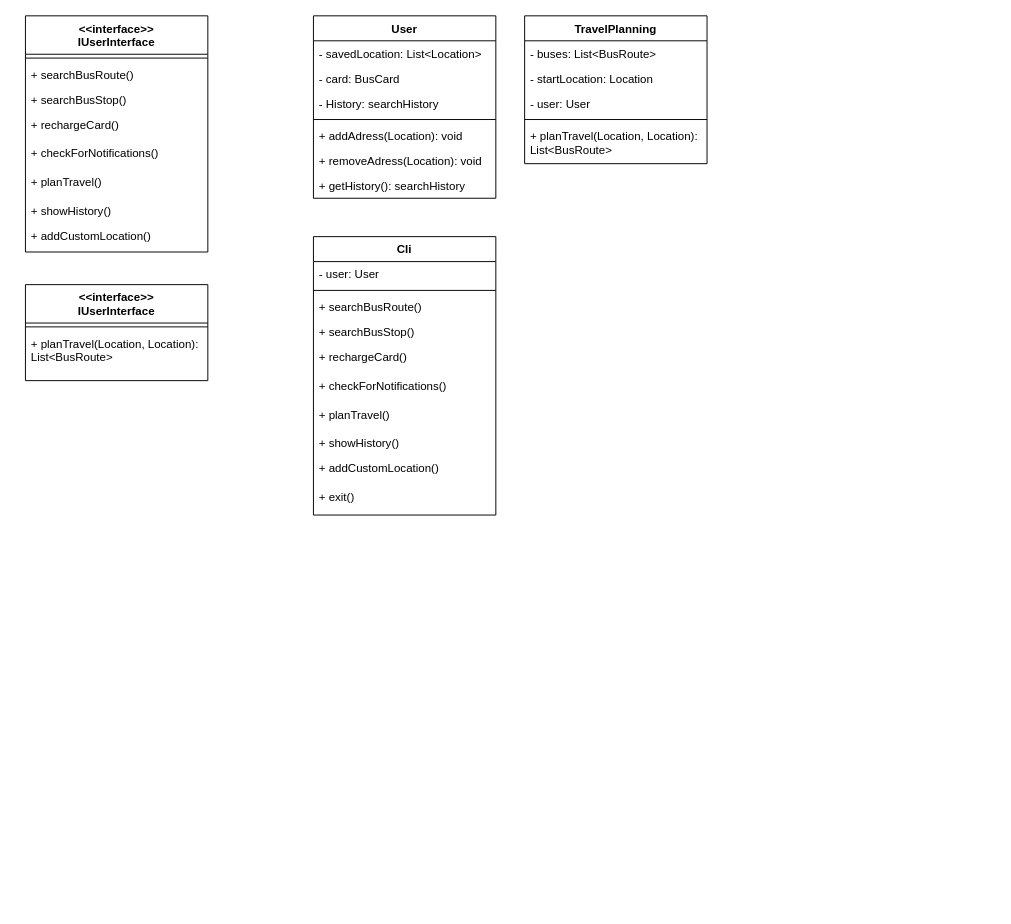
This is page "Class" (2 of 3) of diagrams.drawio from ProyectoFinalSoftwareModeling/SmartCommute, a draw.io file, before an edit. Source tidied: cells renumbered, new cells numbered last; positions are measured from the earlier drawing's top-left corner, leaving out a move shared by most shapes. Both pictures are drawn from the tidied source at 96%, with x=0, y=0 at pixel (25, 15).
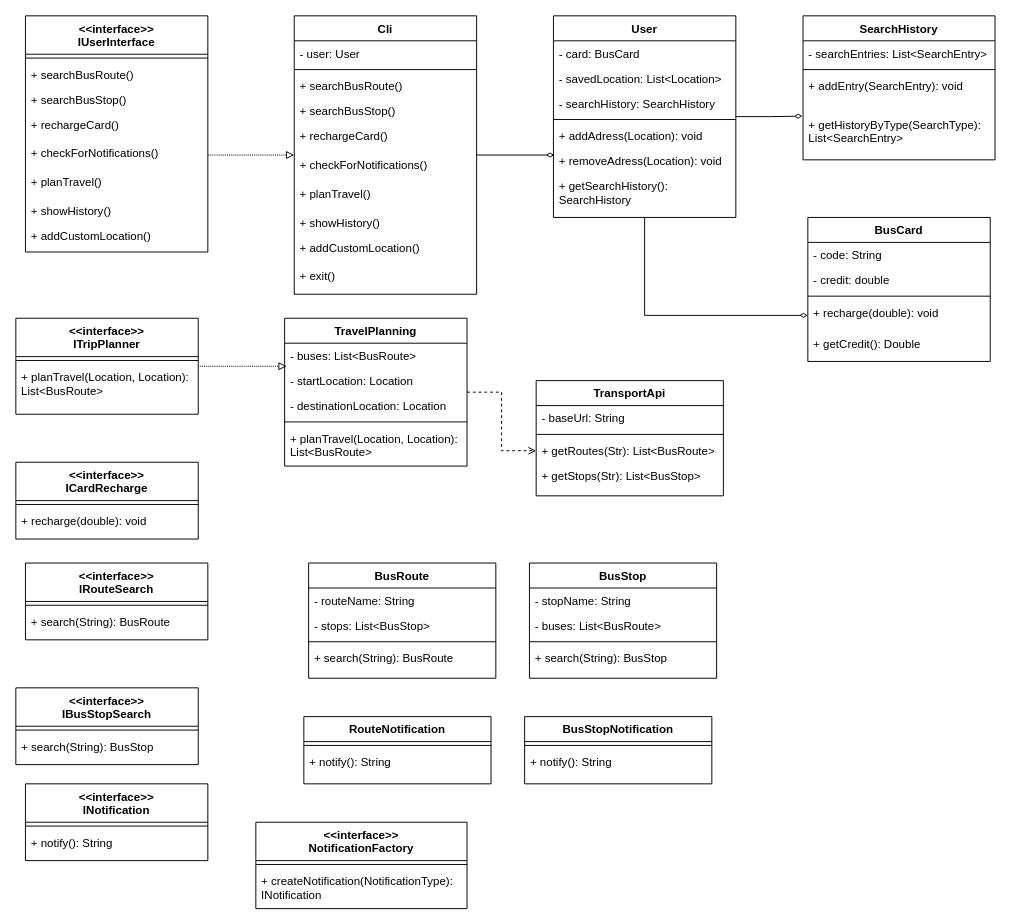
The same diagram, later.

Commit message (it also covers changes not shown here):
ClassDiagram: added ICardRecharge, IRouteSearch

The change refers to these unchanged cells:
```xml
<mxCell id="8" value="+ removeAdress(Location): void" style="text;align=left;verticalAlign=top;spacingLeft=4;spacingRight=4;overflow=hidden;points=[[0,0.5],[1,0.5]];portConstraint=eastwest;" parent="2" vertex="1">
  <mxGeometry y="138" width="190" height="26" as="geometry" />
</mxCell>
<mxCell id="15" value="+ checkForNotifications()" style="text;align=left;verticalAlign=top;spacingLeft=4;spacingRight=4;overflow=hidden;points=[[0,0.5],[1,0.5]];portConstraint=eastwest;" parent="10" vertex="1">
  <mxGeometry y="130" width="190" height="30" as="geometry" />
</mxCell>
<mxCell id="34" value="- buses: List&lt;BusRoute&gt;" style="text;align=left;verticalAlign=top;spacingLeft=4;spacingRight=4;overflow=hidden;points=[[0,0.5],[1,0.5]];portConstraint=eastwest;rounded=0;shadow=0;html=0;" parent="33" vertex="1">
  <mxGeometry y="26" width="190" height="26" as="geometry" />
</mxCell>
```

Diff of the diagram source:
```diff
@@
+    <mxCell id="39" style="edgeStyle=orthogonalEdgeStyle;rounded=0;jettySize=auto;html=1;entryX=0;entryY=0.5;entryDx=0;entryDy=0;endArrow=diamondThin;endFill=0;" parent="1" edge="1" source="2" target="53">
+      <mxGeometry relative="1" as="geometry" />
+    </mxCell>
     <mxCell id="2" value="User" style="swimlane;fontStyle=1;align=center;verticalAlign=top;horizontal=1;startSize=26;rounded=0;shadow=0;strokeWidth=1;" parent="1" vertex="1">
-      <mxGeometry x="300" width="190" height="190" as="geometry" />
+      <mxGeometry x="550" width="190" height="210" as="geometry" />
     </mxCell>
+    <mxCell id="4" value="- card: BusCard" style="text;align=left;verticalAlign=top;spacingLeft=4;spacingRight=4;overflow=hidden;rounded=0;shadow=0;html=0;" parent="2" vertex="1">
+      <mxGeometry y="26" width="190" height="26" as="geometry" />
+    </mxCell>
     <mxCell id="3" value="- savedLocation: List&lt;Location&gt;" style="text;align=left;verticalAlign=top;spacingLeft=4;spacingRight=4;overflow=hidden;rounded=0;shadow=0;html=0;" parent="2" vertex="1">
-      <mxGeometry y="26" width="190" height="26" as="geometry" />
+      <mxGeometry y="52" width="190" height="26" as="geometry" />
     </mxCell>
-    <mxCell id="4" value="- card: BusCard" style="text;align=left;verticalAlign=top;spacingLeft=4;spacingRight=4;overflow=hidden;rounded=0;shadow=0;html=0;" parent="2" vertex="1">
-      <mxGeometry y="52" width="190" height="26" as="geometry" />
-    </mxCell>
-    <mxCell id="5" value="- History: searchHistory" style="text;align=left;verticalAlign=top;spacingLeft=4;spacingRight=4;overflow=hidden;rounded=0;shadow=0;html=0;" parent="2" vertex="1">
+    <mxCell id="5" value="- searchHistory: SearchHistory&#10;" style="text;align=left;verticalAlign=top;spacingLeft=4;spacingRight=4;overflow=hidden;rounded=0;shadow=0;html=0;" parent="2" vertex="1">
       <mxGeometry y="78" width="190" height="26" as="geometry" />
     </mxCell>
@@
-    <mxCell id="9" value="+ getHistory(): searchHistory" style="text;align=left;verticalAlign=top;spacingLeft=4;spacingRight=4;overflow=hidden;" parent="2" vertex="1">
-      <mxGeometry y="164" width="190" height="26" as="geometry" />
+    <mxCell id="9" value="+ getSearchHistory(): &#10;SearchHistory" style="text;align=left;verticalAlign=top;spacingLeft=4;spacingRight=4;overflow=hidden;" parent="2" vertex="1">
+      <mxGeometry y="164" width="190" height="36" as="geometry" />
     </mxCell>
@@
     <mxCell id="19" value="Cli" style="swimlane;fontStyle=1;align=center;verticalAlign=top;horizontal=1;startSize=26;rounded=0;shadow=0;strokeWidth=1;" parent="1" vertex="1">
-      <mxGeometry x="300" y="230" width="190" height="290" as="geometry" />
+      <mxGeometry x="280" width="190" height="290" as="geometry" />
     </mxCell>
@@
-    <mxCell id="30" value="&lt;&lt;interface&gt;&gt;&#10;IUserInterface" style="swimlane;fontStyle=1;align=center;verticalAlign=top;horizontal=1;startSize=40;rounded=0;shadow=0;strokeWidth=1;" parent="1" vertex="1">
-      <mxGeometry y="280" width="190" height="100" as="geometry" />
+    <mxCell id="30" value="&lt;&lt;interface&gt;&gt;&#10;ITripPlanner" style="swimlane;fontStyle=1;align=center;verticalAlign=top;horizontal=1;startSize=40;rounded=0;shadow=0;strokeWidth=1;" parent="1" vertex="1">
+      <mxGeometry x="-10" y="315" width="190" height="100" as="geometry" />
     </mxCell>
@@
+    <mxCell id="40" style="edgeStyle=orthogonalEdgeStyle;rounded=0;jettySize=auto;html=1;entryX=0;entryY=0.5;entryDx=0;entryDy=0;dashed=1;endArrow=open;endFill=0;" parent="1" edge="1" source="33" target="89">
+      <mxGeometry relative="1" as="geometry" />
+    </mxCell>
     <mxCell id="33" value="TravelPlanning" style="swimlane;fontStyle=1;align=center;verticalAlign=top;horizontal=1;startSize=26;rounded=0;shadow=0;strokeWidth=1;" parent="1" vertex="1">
-      <mxGeometry x="520" width="190" height="154" as="geometry" />
+      <mxGeometry x="270" y="315" width="190" height="154" as="geometry" />
     </mxCell>
@@
-    <mxCell id="36" value="- user: User" style="text;align=left;verticalAlign=top;spacingLeft=4;spacingRight=4;overflow=hidden;rounded=0;shadow=0;html=0;" parent="33" vertex="1">
+    <mxCell id="36" value="- destinationLocation: Location" style="text;align=left;verticalAlign=top;spacingLeft=4;spacingRight=4;overflow=hidden;rounded=0;shadow=0;html=0;" parent="33" vertex="1">
       <mxGeometry y="78" width="190" height="26" as="geometry" />
     </mxCell>
@@
+    <mxCell id="41" value="SearchHistory" style="swimlane;fontStyle=1;align=center;verticalAlign=top;horizontal=1;startSize=26;rounded=0;shadow=0;strokeWidth=1;" parent="1" vertex="1">
+      <mxGeometry x="810" width="200" height="150" as="geometry" />
+    </mxCell>
+    <mxCell id="42" value="- searchEntries: List&lt;SearchEntry&gt;" style="text;align=left;verticalAlign=top;spacingLeft=4;spacingRight=4;overflow=hidden;rounded=0;shadow=0;html=0;" parent="41" vertex="1">
+      <mxGeometry y="26" width="200" height="26" as="geometry" />
+    </mxCell>
+    <mxCell id="43" style="line;html=1;strokeWidth=1;align=left;verticalAlign=middle;spacingTop=-1;spacingLeft=3;spacingRight=3;labelPosition=right;" parent="41" vertex="1">
+      <mxGeometry y="52" width="200" height="8" as="geometry" />
+    </mxCell>
+    <mxCell id="44" value="+ addEntry(SearchEntry): void" style="text;align=left;verticalAlign=top;spacingLeft=4;spacingRight=4;overflow=hidden;" parent="41" vertex="1">
+      <mxGeometry y="60" width="200" height="40" as="geometry" />
+    </mxCell>
+    <mxCell id="45" value="+ getHistoryByType(SearchType): &#10;List&lt;SearchEntry&gt;" style="text;align=left;verticalAlign=top;spacingLeft=4;spacingRight=4;overflow=hidden;points=[[0,0.5],[1,0.5]];portConstraint=eastwest;" parent="41" vertex="1">
+      <mxGeometry y="100" width="200" height="40" as="geometry" />
+    </mxCell>
+    <mxCell id="46" value="&lt;&lt;interface&gt;&gt;&#10;ICardRecharge" style="swimlane;fontStyle=1;align=center;verticalAlign=top;horizontal=1;startSize=40;rounded=0;shadow=0;strokeWidth=1;" parent="1" vertex="1">
+      <mxGeometry x="-10" y="465" width="190" height="80" as="geometry" />
+    </mxCell>
+    <mxCell id="47" style="line;html=1;strokeWidth=1;align=left;verticalAlign=middle;spacingTop=-1;spacingLeft=3;spacingRight=3;labelPosition=right;" parent="46" vertex="1">
+      <mxGeometry y="40" width="190" height="8" as="geometry" />
+    </mxCell>
+    <mxCell id="48" value="+ recharge(double): void" style="text;align=left;verticalAlign=top;spacingLeft=4;spacingRight=4;overflow=hidden;" parent="46" vertex="1">
+      <mxGeometry y="48" width="190" height="32" as="geometry" />
+    </mxCell>
+    <mxCell id="49" value="BusCard" style="swimlane;fontStyle=1;align=center;verticalAlign=top;horizontal=1;startSize=26;rounded=0;shadow=0;strokeWidth=1;" parent="1" vertex="1">
+      <mxGeometry x="815" y="210" width="190" height="150" as="geometry" />
+    </mxCell>
+    <mxCell id="50" value="- code: String" style="text;align=left;verticalAlign=top;spacingLeft=4;spacingRight=4;overflow=hidden;rounded=0;shadow=0;html=0;" parent="49" vertex="1">
+      <mxGeometry y="26" width="190" height="26" as="geometry" />
+    </mxCell>
+    <mxCell id="51" value="- credit: double" style="text;align=left;verticalAlign=top;spacingLeft=4;spacingRight=4;overflow=hidden;rounded=0;shadow=0;html=0;" parent="49" vertex="1">
+      <mxGeometry y="52" width="190" height="26" as="geometry" />
+    </mxCell>
+    <mxCell id="52" style="line;html=1;strokeWidth=1;align=left;verticalAlign=middle;spacingTop=-1;spacingLeft=3;spacingRight=3;labelPosition=right;" parent="49" vertex="1">
+      <mxGeometry y="78" width="190" height="8" as="geometry" />
+    </mxCell>
+    <mxCell id="53" value="+ recharge(double): void" style="text;align=left;verticalAlign=top;spacingLeft=4;spacingRight=4;overflow=hidden;points=[[0,0.5],[1,0.5]];portConstraint=eastwest;" parent="49" vertex="1">
+      <mxGeometry y="86" width="190" height="32" as="geometry" />
+    </mxCell>
+    <mxCell id="54" value="+ getCredit(): Double" style="text;align=left;verticalAlign=top;spacingLeft=4;spacingRight=4;overflow=hidden;" parent="49" vertex="1">
+      <mxGeometry y="118" width="190" height="32" as="geometry" />
+    </mxCell>
+    <mxCell id="55" value="&lt;&lt;interface&gt;&gt;&#10;IRouteSearch" style="swimlane;fontStyle=1;align=center;verticalAlign=top;horizontal=1;startSize=40;rounded=0;shadow=0;strokeWidth=1;" parent="1" vertex="1">
+      <mxGeometry y="570" width="190" height="80" as="geometry" />
+    </mxCell>
+    <mxCell id="56" style="line;html=1;strokeWidth=1;align=left;verticalAlign=middle;spacingTop=-1;spacingLeft=3;spacingRight=3;labelPosition=right;" parent="55" vertex="1">
+      <mxGeometry y="40" width="190" height="8" as="geometry" />
+    </mxCell>
+    <mxCell id="57" value="+ search(String): BusRoute" style="text;align=left;verticalAlign=top;spacingLeft=4;spacingRight=4;overflow=hidden;" parent="55" vertex="1">
+      <mxGeometry y="48" width="190" height="32" as="geometry" />
+    </mxCell>
+    <mxCell id="58" value="BusRoute" style="swimlane;fontStyle=1;align=center;verticalAlign=top;horizontal=1;startSize=26;rounded=0;shadow=0;strokeWidth=1;" parent="1" vertex="1">
+      <mxGeometry x="295" y="570" width="195" height="120" as="geometry" />
+    </mxCell>
+    <mxCell id="59" value="- routeName: String" style="text;align=left;verticalAlign=top;spacingLeft=4;spacingRight=4;overflow=hidden;rounded=0;shadow=0;html=0;" parent="58" vertex="1">
+      <mxGeometry y="26" width="195" height="26" as="geometry" />
+    </mxCell>
+    <mxCell id="60" value="- stops: List&lt;BusStop&gt;" style="text;align=left;verticalAlign=top;spacingLeft=4;spacingRight=4;overflow=hidden;rounded=0;shadow=0;html=0;" parent="58" vertex="1">
+      <mxGeometry y="52" width="195" height="26" as="geometry" />
+    </mxCell>
+    <mxCell id="61" style="line;html=1;strokeWidth=1;align=left;verticalAlign=middle;spacingTop=-1;spacingLeft=3;spacingRight=3;labelPosition=right;" parent="58" vertex="1">
+      <mxGeometry y="78" width="195" height="8" as="geometry" />
+    </mxCell>
+    <mxCell id="62" value="+ search(String): BusRoute" style="text;align=left;verticalAlign=top;spacingLeft=4;spacingRight=4;overflow=hidden;rounded=0;shadow=0;html=0;" parent="58" vertex="1">
+      <mxGeometry y="86" width="195" height="26" as="geometry" />
+    </mxCell>
+    <mxCell id="63" value="&lt;&lt;interface&gt;&gt;&#10;IBusStopSearch" style="swimlane;fontStyle=1;align=center;verticalAlign=top;horizontal=1;startSize=40;rounded=0;shadow=0;strokeWidth=1;" parent="1" vertex="1">
+      <mxGeometry x="-10" y="700" width="190" height="80" as="geometry" />
+    </mxCell>
+    <mxCell id="64" style="line;html=1;strokeWidth=1;align=left;verticalAlign=middle;spacingTop=-1;spacingLeft=3;spacingRight=3;labelPosition=right;" parent="63" vertex="1">
+      <mxGeometry y="40" width="190" height="8" as="geometry" />
+    </mxCell>
+    <mxCell id="65" value="+ search(String): BusStop" style="text;align=left;verticalAlign=top;spacingLeft=4;spacingRight=4;overflow=hidden;" parent="63" vertex="1">
+      <mxGeometry y="48" width="190" height="32" as="geometry" />
+    </mxCell>
+    <mxCell id="66" value="BusStop" style="swimlane;fontStyle=1;align=center;verticalAlign=top;horizontal=1;startSize=26;rounded=0;shadow=0;strokeWidth=1;" parent="1" vertex="1">
+      <mxGeometry x="525" y="570" width="195" height="120" as="geometry" />
+    </mxCell>
+    <mxCell id="67" value="- stopName: String" style="text;align=left;verticalAlign=top;spacingLeft=4;spacingRight=4;overflow=hidden;rounded=0;shadow=0;html=0;" parent="66" vertex="1">
+      <mxGeometry y="26" width="195" height="26" as="geometry" />
+    </mxCell>
+    <mxCell id="68" value="- buses: List&lt;BusRoute&gt;" style="text;align=left;verticalAlign=top;spacingLeft=4;spacingRight=4;overflow=hidden;rounded=0;shadow=0;html=0;" parent="66" vertex="1">
+      <mxGeometry y="52" width="195" height="26" as="geometry" />
+    </mxCell>
+    <mxCell id="69" style="line;html=1;strokeWidth=1;align=left;verticalAlign=middle;spacingTop=-1;spacingLeft=3;spacingRight=3;labelPosition=right;" parent="66" vertex="1">
+      <mxGeometry y="78" width="195" height="8" as="geometry" />
+    </mxCell>
+    <mxCell id="70" value="+ search(String): BusStop" style="text;align=left;verticalAlign=top;spacingLeft=4;spacingRight=4;overflow=hidden;rounded=0;shadow=0;html=0;" parent="66" vertex="1">
+      <mxGeometry y="86" width="195" height="26" as="geometry" />
+    </mxCell>
+    <mxCell id="71" value="&lt;&lt;interface&gt;&gt;&#10;INotification" style="swimlane;fontStyle=1;align=center;verticalAlign=top;horizontal=1;startSize=40;rounded=0;shadow=0;strokeWidth=1;" parent="1" vertex="1">
+      <mxGeometry y="800" width="190" height="80" as="geometry" />
+    </mxCell>
+    <mxCell id="72" style="line;html=1;strokeWidth=1;align=left;verticalAlign=middle;spacingTop=-1;spacingLeft=3;spacingRight=3;labelPosition=right;" parent="71" vertex="1">
+      <mxGeometry y="40" width="190" height="8" as="geometry" />
+    </mxCell>
+    <mxCell id="73" value="+ notify(): String" style="text;align=left;verticalAlign=top;spacingLeft=4;spacingRight=4;overflow=hidden;" parent="71" vertex="1">
+      <mxGeometry y="48" width="190" height="32" as="geometry" />
+    </mxCell>
+    <mxCell id="74" value="RouteNotification" style="swimlane;fontStyle=1;align=center;verticalAlign=top;horizontal=1;startSize=26;rounded=0;shadow=0;strokeWidth=1;" parent="1" vertex="1">
+      <mxGeometry x="290" y="730" width="195" height="70" as="geometry" />
+    </mxCell>
+    <mxCell id="75" style="line;html=1;strokeWidth=1;align=left;verticalAlign=middle;spacingTop=-1;spacingLeft=3;spacingRight=3;labelPosition=right;" parent="74" vertex="1">
+      <mxGeometry y="26" width="195" height="8" as="geometry" />
+    </mxCell>
+    <mxCell id="76" value="+ notify(): String" style="text;align=left;verticalAlign=top;spacingLeft=4;spacingRight=4;overflow=hidden;rounded=0;shadow=0;html=0;" parent="74" vertex="1">
+      <mxGeometry y="34" width="195" height="26" as="geometry" />
+    </mxCell>
+    <mxCell id="77" value="BusStopNotification" style="swimlane;fontStyle=1;align=center;verticalAlign=top;horizontal=1;startSize=26;rounded=0;shadow=0;strokeWidth=1;" parent="1" vertex="1">
+      <mxGeometry x="520" y="730" width="195" height="70" as="geometry" />
+    </mxCell>
+    <mxCell id="78" style="line;html=1;strokeWidth=1;align=left;verticalAlign=middle;spacingTop=-1;spacingLeft=3;spacingRight=3;labelPosition=right;" parent="77" vertex="1">
+      <mxGeometry y="26" width="195" height="8" as="geometry" />
+    </mxCell>
+    <mxCell id="79" value="+ notify(): String" style="text;align=left;verticalAlign=top;spacingLeft=4;spacingRight=4;overflow=hidden;rounded=0;shadow=0;html=0;" parent="77" vertex="1">
+      <mxGeometry y="34" width="195" height="26" as="geometry" />
+    </mxCell>
+    <mxCell id="80" value="&lt;&lt;interface&gt;&gt;&#10;NotificationFactory" style="swimlane;fontStyle=1;align=center;verticalAlign=top;horizontal=1;startSize=40;rounded=0;shadow=0;strokeWidth=1;" parent="1" vertex="1">
+      <mxGeometry x="240" y="840" width="220" height="90" as="geometry" />
+    </mxCell>
+    <mxCell id="81" style="line;html=1;strokeWidth=1;align=left;verticalAlign=middle;spacingTop=-1;spacingLeft=3;spacingRight=3;labelPosition=right;" parent="80" vertex="1">
+      <mxGeometry y="40" width="220" height="8" as="geometry" />
+    </mxCell>
+    <mxCell id="82" value="+ createNotification(NotificationType): &#10;INotification" style="text;align=left;verticalAlign=top;spacingLeft=4;spacingRight=4;overflow=hidden;" parent="80" vertex="1">
+      <mxGeometry y="48" width="220" height="32" as="geometry" />
+    </mxCell>
+    <mxCell id="83" style="edgeStyle=orthogonalEdgeStyle;rounded=0;jettySize=auto;html=1;entryX=0;entryY=0.5;entryDx=0;entryDy=0;dashed=1;endArrow=block;endFill=0;dashPattern=1 1;" parent="1" edge="1" source="15" target="19">
+      <mxGeometry relative="1" as="geometry" />
+    </mxCell>
+    <mxCell id="84" style="edgeStyle=orthogonalEdgeStyle;rounded=0;jettySize=auto;html=1;entryX=0.005;entryY=0.269;entryDx=0;entryDy=0;entryPerimeter=0;endArrow=diamondThin;endFill=0;" parent="1" edge="1" source="19" target="8">
+      <mxGeometry relative="1" as="geometry" />
+    </mxCell>
+    <mxCell id="85" style="edgeStyle=orthogonalEdgeStyle;rounded=0;jettySize=auto;html=1;entryX=0.011;entryY=0.923;entryDx=0;entryDy=0;entryPerimeter=0;dashed=1;endArrow=block;endFill=0;dashPattern=1 1;" parent="1" edge="1" source="30" target="34">
+      <mxGeometry relative="1" as="geometry">
+        <Array as="points">
+          <mxPoint x="210" y="365" />
+          <mxPoint x="210" y="365" />
+        </Array>
+      </mxGeometry>
+    </mxCell>
+    <mxCell id="86" value="TransportApi" style="swimlane;fontStyle=1;align=center;verticalAlign=top;horizontal=1;startSize=26;rounded=0;shadow=0;strokeWidth=1;" parent="1" vertex="1">
+      <mxGeometry x="532" y="380" width="195" height="120" as="geometry" />
+    </mxCell>
+    <mxCell id="87" value="- baseUrl: String" style="text;align=left;verticalAlign=top;spacingLeft=4;spacingRight=4;overflow=hidden;rounded=0;shadow=0;html=0;" parent="86" vertex="1">
+      <mxGeometry y="26" width="195" height="26" as="geometry" />
+    </mxCell>
+    <mxCell id="88" style="line;html=1;strokeWidth=1;align=left;verticalAlign=middle;spacingTop=-1;spacingLeft=3;spacingRight=3;labelPosition=right;" parent="86" vertex="1">
+      <mxGeometry y="52" width="195" height="8" as="geometry" />
+    </mxCell>
+    <mxCell id="89" value="+ getRoutes(Str): List&lt;BusRoute&gt;" style="text;align=left;verticalAlign=top;spacingLeft=4;spacingRight=4;overflow=hidden;points=[[0,0.5],[1,0.5]];portConstraint=eastwest;rounded=0;shadow=0;html=0;" parent="86" vertex="1">
+      <mxGeometry y="60" width="195" height="26" as="geometry" />
+    </mxCell>
+    <mxCell id="90" value="+ getStops(Str): List&lt;BusStop&gt;" style="text;align=left;verticalAlign=top;spacingLeft=4;spacingRight=4;overflow=hidden;rounded=0;shadow=0;html=0;" parent="86" vertex="1">
+      <mxGeometry y="86" width="195" height="26" as="geometry" />
+    </mxCell>
+    <mxCell id="91" style="edgeStyle=orthogonalEdgeStyle;rounded=0;jettySize=auto;html=1;entryX=-0.003;entryY=0.112;entryDx=0;entryDy=0;entryPerimeter=0;endArrow=diamondThin;endFill=0;" parent="1" edge="1" source="2" target="45">
+      <mxGeometry relative="1" as="geometry" />
+    </mxCell>
```
